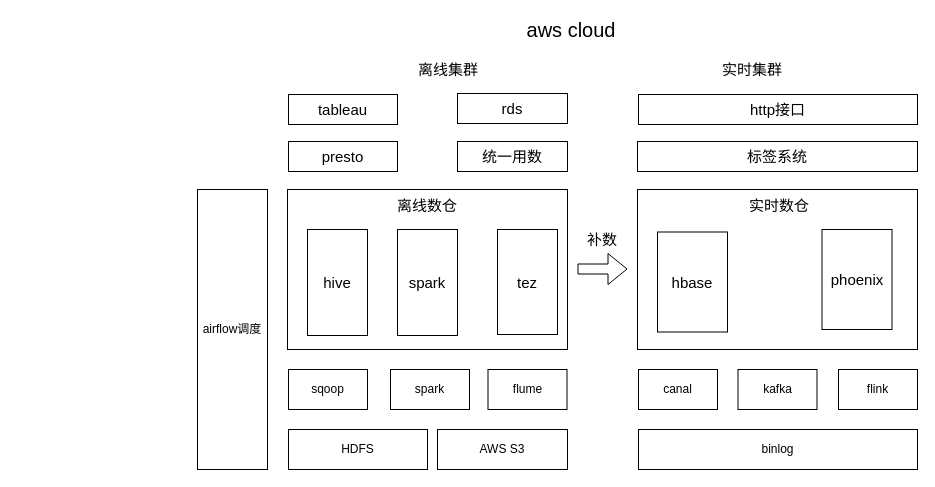
Before: aws cloud.drawio in jimmycheng603/findmaven, a draw.io diagram. Source tidied: cells renumbered, new cells numbered last; positions are measured from the earlier drawing's top-left corner, leaving out a move shared by most shapes. Both pictures are drawn from the tidied source at 100%, with x=0, y=0 at pixel (197, 19).
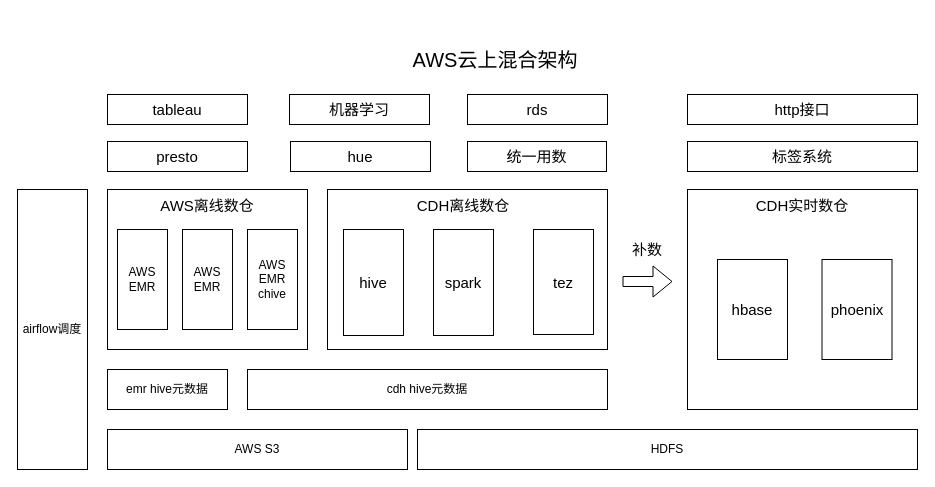
After the change.

The edit, as a diff of the source:
```diff
@@
+    <mxCell id="32" style="rounded=0;whiteSpace=wrap;html=1;" parent="1" vertex="1">
+      <mxGeometry x="-90" y="170" width="200" height="160" as="geometry" />
+    </mxCell>
     <mxCell id="2" value="HDFS" style="rounded=0;whiteSpace=wrap;html=1;" parent="1" vertex="1">
-      <mxGeometry x="91" y="410" width="139" height="40" as="geometry" />
+      <mxGeometry x="220" y="410" width="500" height="40" as="geometry" />
     </mxCell>
     <mxCell id="3" style="rounded=0;whiteSpace=wrap;html=1;" parent="1" vertex="1">
-      <mxGeometry x="440" y="170" width="280" height="160" as="geometry" />
+      <mxGeometry x="490" y="170" width="230" height="220" as="geometry" />
     </mxCell>
     <mxCell id="4" style="rounded=0;whiteSpace=wrap;html=1;" parent="1" vertex="1">
-      <mxGeometry x="90" y="170" width="280" height="160" as="geometry" />
+      <mxGeometry x="130" y="170" width="280" height="160" as="geometry" />
     </mxCell>
-    <mxCell id="5" value="离线集群" style="text;html=1;strokeColor=none;fillColor=none;align=center;verticalAlign=middle;whiteSpace=wrap;rounded=0;fontSize=15;" parent="1" vertex="1">
-      <mxGeometry x="216" y="40" width="70" height="20" as="geometry" />
-    </mxCell>
-    <mxCell id="6" value="实时集群" style="text;html=1;strokeColor=none;fillColor=none;align=center;verticalAlign=middle;whiteSpace=wrap;rounded=0;fontSize=15;" parent="1" vertex="1">
-      <mxGeometry x="520" y="40" width="70" height="20" as="geometry" />
-    </mxCell>
-    <mxCell id="7" value="aws cloud" style="text;html=1;strokeColor=none;fillColor=none;align=center;verticalAlign=middle;whiteSpace=wrap;rounded=0;fontSize=20;" parent="1" vertex="1">
-      <mxGeometry x="304" width="140" height="20" as="geometry" />
+    <mxCell id="7" value="AWS云上混合架构" style="text;html=1;strokeColor=none;fillColor=none;align=center;verticalAlign=middle;whiteSpace=wrap;rounded=0;fontSize=20;" parent="1" vertex="1">
+      <mxGeometry x="206" y="30" width="184" height="20" as="geometry" />
     </mxCell>
     <mxCell id="8" style="shape=flexArrow;endArrow=classic;html=1;fontSize=20;" parent="1" edge="1">
       <mxGeometry relative="1" as="geometry">
-        <mxPoint x="380" y="249.5" as="sourcePoint" />
-        <mxPoint x="430" y="249.5" as="targetPoint" />
+        <mxPoint x="425" y="262" as="sourcePoint" />
+        <mxPoint x="475" y="262" as="targetPoint" />
       </mxGeometry>
     </mxCell>
     <mxCell id="9" value="补数" style="text;html=1;strokeColor=none;fillColor=none;align=center;verticalAlign=middle;whiteSpace=wrap;rounded=0;fontSize=15;" parent="1" vertex="1">
-      <mxGeometry x="385" y="210" width="40" height="20" as="geometry" />
+      <mxGeometry x="430" y="220" width="40" height="20" as="geometry" />
     </mxCell>
     <mxCell id="10" value="hive" style="rounded=0;whiteSpace=wrap;html=1;fontSize=15;" parent="1" vertex="1">
-      <mxGeometry x="110" y="210" width="60" height="106" as="geometry" />
+      <mxGeometry x="146" y="210" width="60" height="106" as="geometry" />
     </mxCell>
     <mxCell id="11" value="presto" style="rounded=0;whiteSpace=wrap;html=1;fontSize=15;" parent="1" vertex="1">
-      <mxGeometry x="91" y="122" width="109" height="30" as="geometry" />
+      <mxGeometry x="-90" y="122" width="140" height="30" as="geometry" />
     </mxCell>
     <mxCell id="12" value="spark" style="rounded=0;whiteSpace=wrap;html=1;fontSize=15;" parent="1" vertex="1">
-      <mxGeometry x="200" y="210" width="60" height="106" as="geometry" />
+      <mxGeometry x="236" y="210" width="60" height="106" as="geometry" />
     </mxCell>
     <mxCell id="13" value="tez" style="rounded=0;whiteSpace=wrap;html=1;fontSize=15;" parent="1" vertex="1">
-      <mxGeometry x="300" y="210" width="60" height="105" as="geometry" />
+      <mxGeometry x="336" y="210" width="60" height="105" as="geometry" />
     </mxCell>
     <mxCell id="14" value="统一用数" style="rounded=0;whiteSpace=wrap;html=1;fontSize=15;" parent="1" vertex="1">
-      <mxGeometry x="260" y="122" width="110" height="30" as="geometry" />
+      <mxGeometry x="270" y="122" width="139" height="30" as="geometry" />
     </mxCell>
     <mxCell id="15" value="标签系统" style="rounded=0;whiteSpace=wrap;html=1;fontSize=15;" parent="1" vertex="1">
-      <mxGeometry x="440" y="122" width="280" height="30" as="geometry" />
+      <mxGeometry x="490" y="122" width="230" height="30" as="geometry" />
     </mxCell>
     <mxCell id="16" value="rds" style="rounded=0;whiteSpace=wrap;html=1;fontSize=15;" parent="1" vertex="1">
-      <mxGeometry x="260" y="74" width="110" height="30" as="geometry" />
+      <mxGeometry x="270" y="75" width="140" height="30" as="geometry" />
     </mxCell>
     <mxCell id="17" value="tableau" style="rounded=0;whiteSpace=wrap;html=1;fontSize=15;" parent="1" vertex="1">
-      <mxGeometry x="91" y="75" width="109" height="30" as="geometry" />
+      <mxGeometry x="-90" y="75" width="140" height="30" as="geometry" />
     </mxCell>
     <mxCell id="18" value="hbase" style="rounded=0;whiteSpace=wrap;html=1;fontSize=15;" parent="1" vertex="1">
-      <mxGeometry x="460" y="212.5" width="70" height="100" as="geometry" />
+      <mxGeometry x="520" y="240" width="70" height="100" as="geometry" />
     </mxCell>
     <mxCell id="19" value="phoenix" style="rounded=0;whiteSpace=wrap;html=1;fontSize=15;" parent="1" vertex="1">
-      <mxGeometry x="624.5" y="210" width="70" height="100" as="geometry" />
+      <mxGeometry x="624.5" y="240" width="70" height="100" as="geometry" />
     </mxCell>
     <mxCell id="20" value="airflow调度" style="rounded=0;whiteSpace=wrap;html=1;" parent="1" vertex="1">
-      <mxGeometry y="170" width="70" height="280" as="geometry" />
+      <mxGeometry x="-180" y="170" width="70" height="280" as="geometry" />
     </mxCell>
     <mxCell id="21" value="AWS S3" style="rounded=0;whiteSpace=wrap;html=1;" parent="1" vertex="1">
-      <mxGeometry x="240" y="410" width="130" height="40" as="geometry" />
+      <mxGeometry x="-90" y="410" width="300" height="40" as="geometry" />
     </mxCell>
-    <mxCell id="22" value="离线数仓" style="text;html=1;strokeColor=none;fillColor=none;align=center;verticalAlign=middle;whiteSpace=wrap;rounded=0;fontSize=15;" parent="1" vertex="1">
-      <mxGeometry x="188" y="176" width="84" height="20" as="geometry" />
+    <mxCell id="22" value="CDH离线数仓" style="text;html=1;strokeColor=none;fillColor=none;align=center;verticalAlign=middle;whiteSpace=wrap;rounded=0;fontSize=15;" parent="1" vertex="1">
+      <mxGeometry x="210" y="176" width="112" height="20" as="geometry" />
     </mxCell>
-    <mxCell id="23" value="实时数仓" style="text;html=1;strokeColor=none;fillColor=none;align=center;verticalAlign=middle;whiteSpace=wrap;rounded=0;fontSize=15;" parent="1" vertex="1">
-      <mxGeometry x="540" y="176" width="84" height="20" as="geometry" />
+    <mxCell id="23" value="CDH实时数仓" style="text;html=1;strokeColor=none;fillColor=none;align=center;verticalAlign=middle;whiteSpace=wrap;rounded=0;fontSize=15;" parent="1" vertex="1">
+      <mxGeometry x="555" y="176" width="100" height="20" as="geometry" />
     </mxCell>
     <mxCell id="24" value="http接口" style="rounded=0;whiteSpace=wrap;html=1;fontSize=15;" parent="1" vertex="1">
-      <mxGeometry x="441" y="75" width="279" height="30" as="geometry" />
+      <mxGeometry x="490" y="75" width="230" height="30" as="geometry" />
     </mxCell>
-    <mxCell id="25" value="canal" style="rounded=0;whiteSpace=wrap;html=1;" parent="1" vertex="1">
-      <mxGeometry x="441" y="350" width="79" height="40" as="geometry" />
-    </mxCell>
-    <mxCell id="26" value="binlog" style="rounded=0;whiteSpace=wrap;html=1;" parent="1" vertex="1">
-      <mxGeometry x="441" y="410" width="279" height="40" as="geometry" />
-    </mxCell>
-    <mxCell id="27" value="kafka" style="rounded=0;whiteSpace=wrap;html=1;" parent="1" vertex="1">
-      <mxGeometry x="540.5" y="350" width="79" height="40" as="geometry" />
-    </mxCell>
-    <mxCell id="28" value="flink" style="rounded=0;whiteSpace=wrap;html=1;" parent="1" vertex="1">
-      <mxGeometry x="641" y="350" width="79" height="40" as="geometry" />
-    </mxCell>
-    <mxCell id="29" value="sqoop" style="rounded=0;whiteSpace=wrap;html=1;" parent="1" vertex="1">
-      <mxGeometry x="91" y="350" width="79" height="40" as="geometry" />
+    <mxCell id="29" value="cdh hive元数据" style="rounded=0;whiteSpace=wrap;html=1;" parent="1" vertex="1">
+      <mxGeometry x="50" y="350" width="360" height="40" as="geometry" />
     </mxCell>
-    <mxCell id="30" value="spark" style="rounded=0;whiteSpace=wrap;html=1;" parent="1" vertex="1">
-      <mxGeometry x="193" y="350" width="79" height="40" as="geometry" />
-    </mxCell>
-    <mxCell id="31" value="flume" style="rounded=0;whiteSpace=wrap;html=1;" parent="1" vertex="1">
-      <mxGeometry x="290.5" y="350" width="79" height="40" as="geometry" />
-    </mxCell>
+    <mxCell id="33" value="AWS EMR" style="rounded=0;whiteSpace=wrap;html=1;" parent="1" vertex="1">
+      <mxGeometry x="-15" y="210" width="50" height="100" as="geometry" />
+    </mxCell>
+    <mxCell id="34" value="AWS EMR&lt;br&gt;chive" style="rounded=0;whiteSpace=wrap;html=1;" parent="1" vertex="1">
+      <mxGeometry x="50" y="210" width="50" height="100" as="geometry" />
+    </mxCell>
+    <mxCell id="35" value="emr hive元数据" style="rounded=0;whiteSpace=wrap;html=1;" parent="1" vertex="1">
+      <mxGeometry x="-90" y="350" width="120" height="40" as="geometry" />
+    </mxCell>
+    <mxCell id="36" value="AWS EMR" style="rounded=0;whiteSpace=wrap;html=1;" parent="1" vertex="1">
+      <mxGeometry x="-80" y="210" width="50" height="100" as="geometry" />
+    </mxCell>
+    <mxCell id="37" value="AWS离线数仓" style="text;html=1;strokeColor=none;fillColor=none;align=center;verticalAlign=middle;whiteSpace=wrap;rounded=0;fontSize=15;" parent="1" vertex="1">
+      <mxGeometry x="-46" y="176" width="112" height="20" as="geometry" />
+    </mxCell>
+    <mxCell id="38" value="机器学习" style="rounded=0;whiteSpace=wrap;html=1;fontSize=15;" parent="1" vertex="1">
+      <mxGeometry x="92" y="75" width="140" height="30" as="geometry" />
+    </mxCell>
+    <mxCell id="39" value="hue" style="rounded=0;whiteSpace=wrap;html=1;fontSize=15;" parent="1" vertex="1">
+      <mxGeometry x="93" y="122" width="140" height="30" as="geometry" />
+    </mxCell>
```
